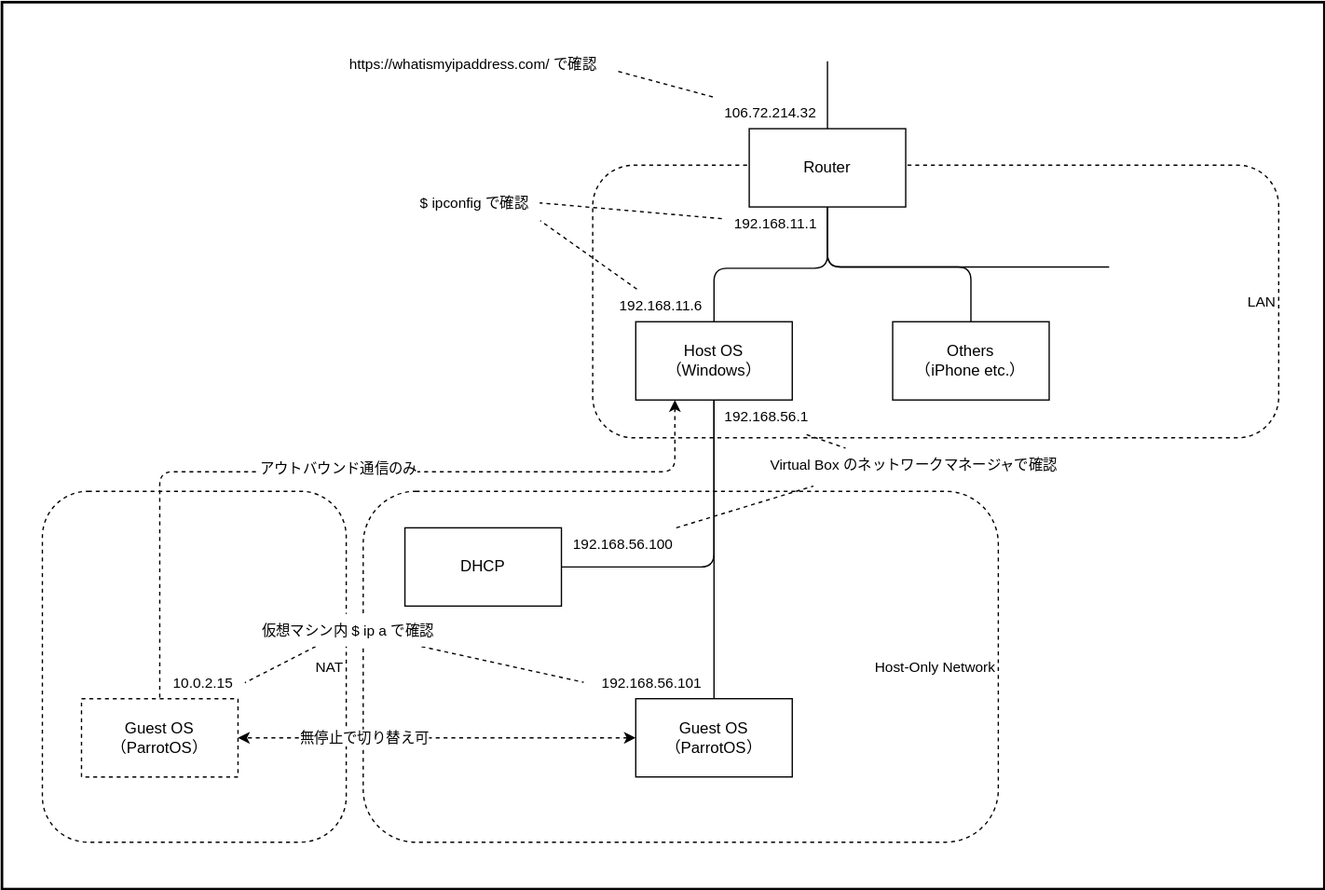
This is diagrams/network-of-hacking-lab.drawio.svg from SOUSUKEKUROSAWA/drawio, a draw.io export, as it was before one commit. Source tidied: cells renumbered, new cells last; positions are measured from the earlier drawing's top-left corner, leaving out a move shared by most shapes.
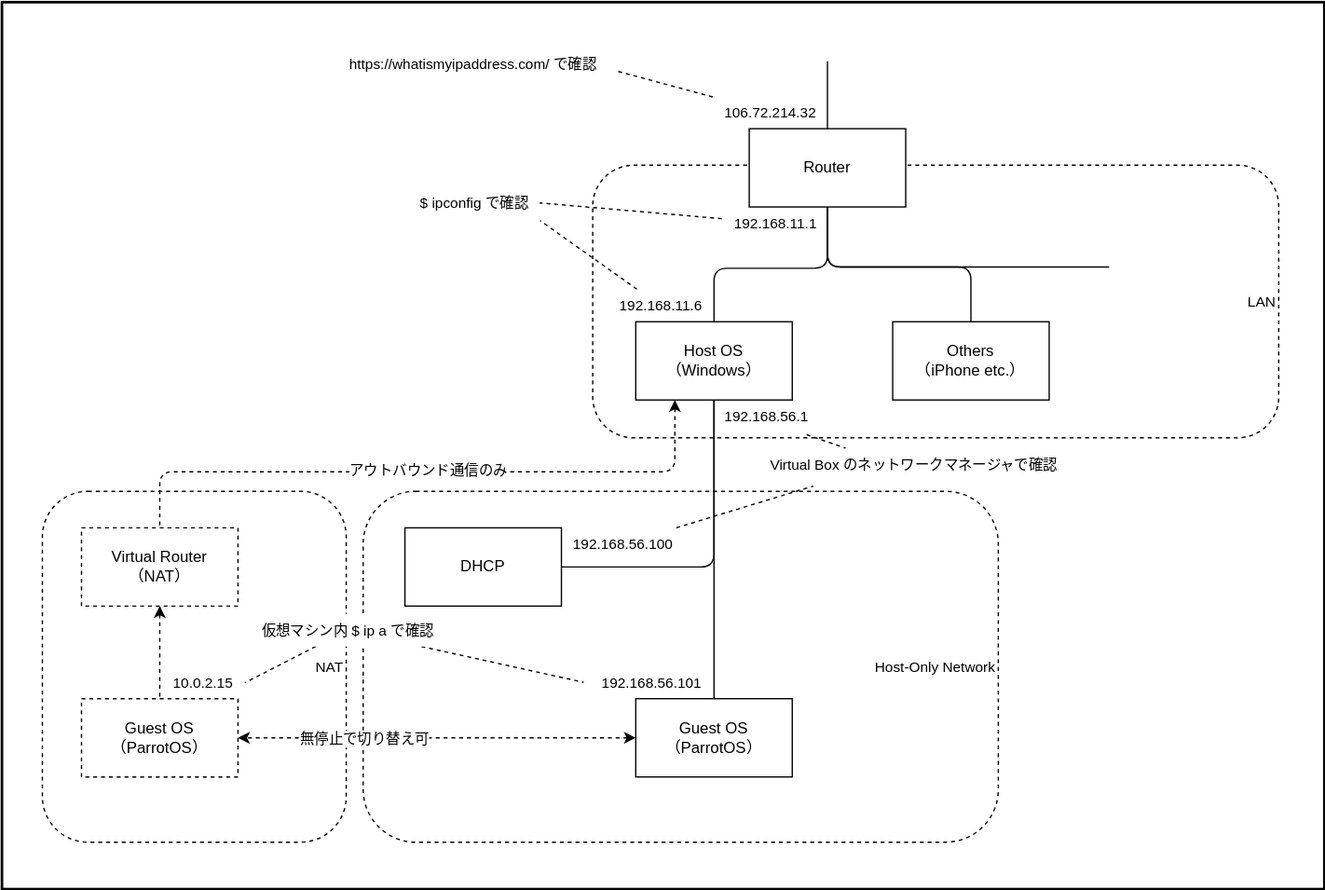
Above is the later version.

Diff of the diagram source:
```diff
@@ -62,7 +62,7 @@
     <mxCell id="14" style="edgeStyle=none;html=1;entryX=0.5;entryY=0;entryDx=0;entryDy=0;fontSize=11;fontColor=#000000;endArrow=none;endFill=0;" parent="1" edge="1" source="17" target="30">
       <mxGeometry relative="1" as="geometry" />
     </mxCell>
-    <mxCell id="15" style="edgeStyle=none;html=1;entryX=0.5;entryY=0;entryDx=0;entryDy=0;fontSize=11;fontColor=#000000;startArrow=classic;startFill=1;endArrow=none;endFill=0;dashed=1;exitX=0.25;exitY=1;exitDx=0;exitDy=0;" parent="1" edge="1" source="17" target="38">
+    <mxCell id="15" style="edgeStyle=none;html=1;entryX=0.5;entryY=0;entryDx=0;entryDy=0;fontSize=11;fontColor=#000000;startArrow=classic;startFill=1;endArrow=none;endFill=0;dashed=1;exitX=0.25;exitY=1;exitDx=0;exitDy=0;" parent="1" edge="1" source="17" target="41">
       <mxGeometry relative="1" as="geometry">
         <Array as="points">
           <mxPoint x="516" y="360" />
@@ -146,5 +146,11 @@
     <mxCell id="39" value="10.0.2.15" style="text;html=1;align=center;verticalAlign=middle;points=[];strokeColor=none;fillColor=none;fontSize=11;fontColor=#000000;" parent="1" vertex="1">
       <mxGeometry x="122" y="509" width="64" height="25" as="geometry" />
     </mxCell>
+    <mxCell id="40" style="edgeStyle=none;html=1;entryX=0.5;entryY=0;entryDx=0;entryDy=0;startArrow=classic;startFill=1;endArrow=none;endFill=0;dashed=1;" parent="1" edge="1" source="41" target="38">
+      <mxGeometry relative="1" as="geometry" />
+    </mxCell>
+    <mxCell id="41" value="Virtual Router&lt;br&gt;（NAT）" style="rounded=0;whiteSpace=wrap;html=1;dashed=1;" parent="1" vertex="1">
+      <mxGeometry x="61" y="403" width="120" height="60" as="geometry" />
+    </mxCell>
   </root>
 </mxGraphModel>
```
